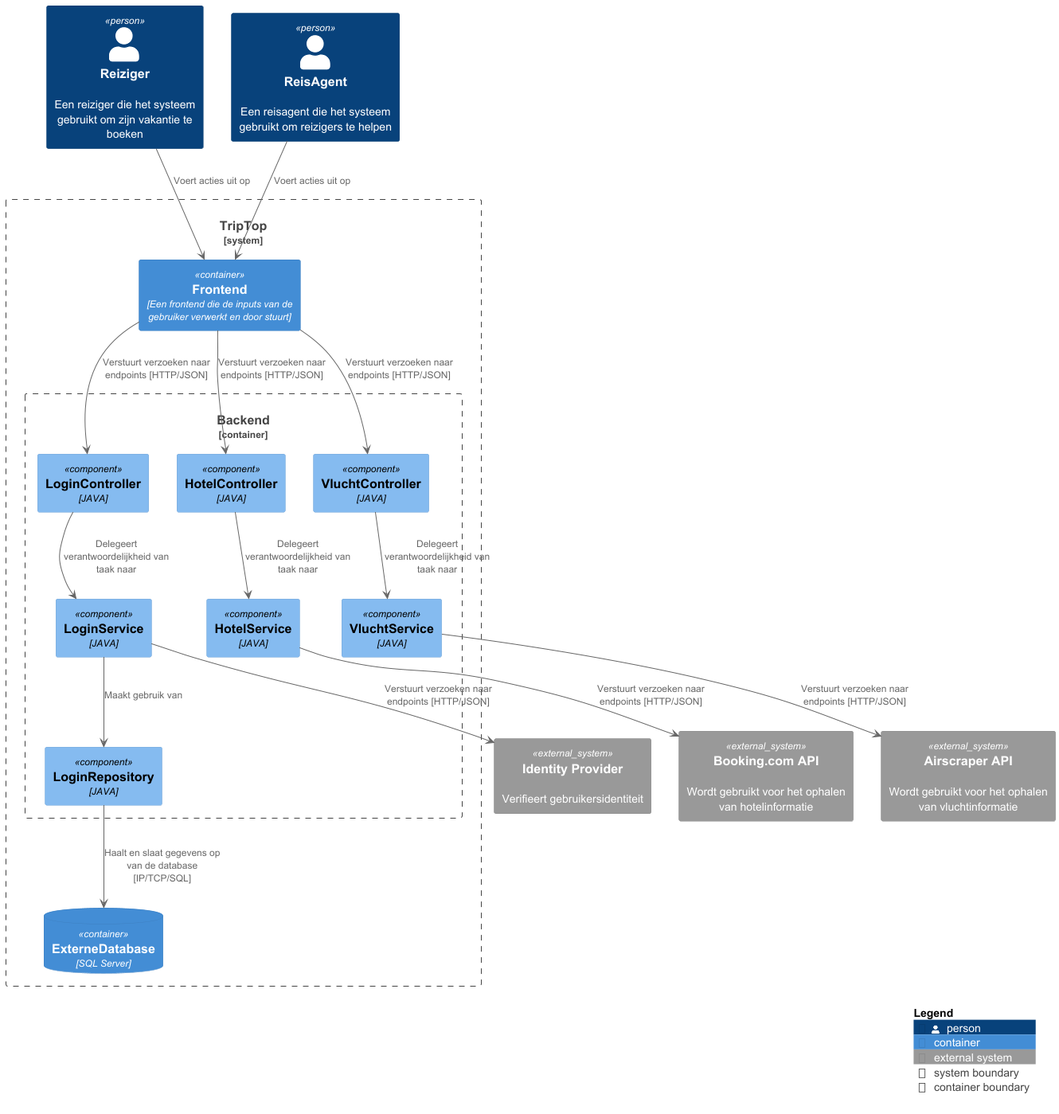
Earlier version of the PlantUML export C4_diagrammen/Component-diagram-TripTop-Backend.png (AIM-ENE-feb25/triptop-groep-b4).
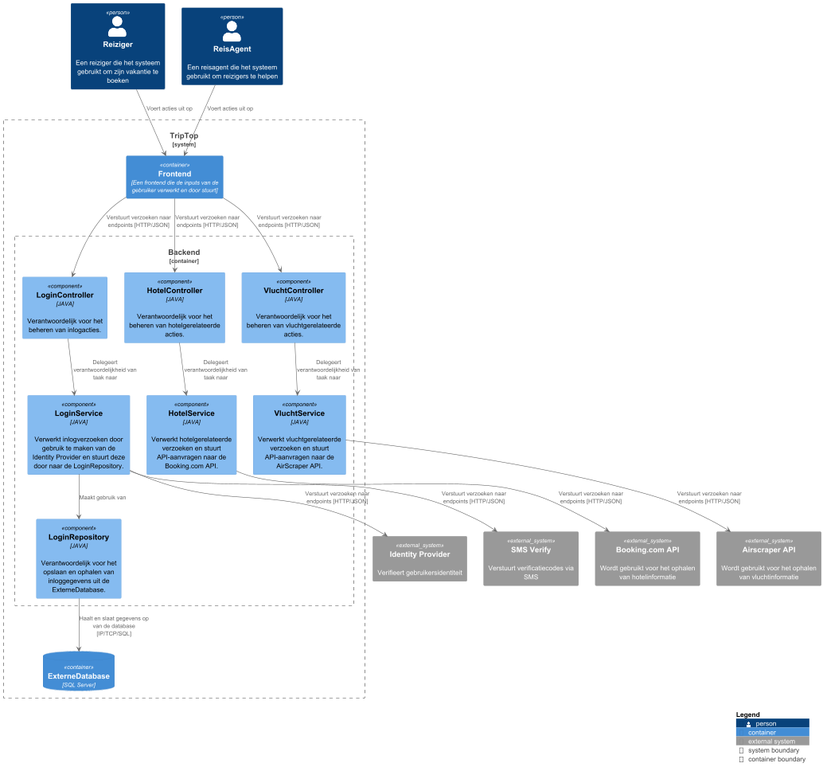
After the commit.

Commit message:
Component diagrams + SGB + class diagram

The edit, as a diff of the source:
```diff
@@ -11,21 +11,22 @@
 
 Container_Boundary(ContainerBoundary, "Backend") {
 
-Component(LoginController, "LoginController", "JAVA")
-Component(LoginService, "LoginService", "JAVA")
-Component(LoginRepository, "LoginRepository", "JAVA")
+Component(LoginController, "LoginController", "JAVA", "Verantwoordelijk voor het beheren van inlogacties.")
+Component(LoginService, "LoginService", "JAVA", "Verwerkt inlogverzoeken door gebruik te maken van de Identity Provider en stuurt deze door naar de LoginRepository.")
+Component(LoginRepository, "LoginRepository", "JAVA", "Verantwoordelijk voor het opslaan en ophalen van inloggegevens uit de ExterneDatabase.")
 
-Component(HotelController, "HotelController", "JAVA")
-Component(HotelService, "HotelService", "JAVA")
+Component(HotelController, "HotelController", "JAVA", "Verantwoordelijk voor het beheren van hotelgerelateerde acties.")
+Component(HotelService, "HotelService", "JAVA", "Verwerkt hotelgerelateerde verzoeken en stuurt API-aanvragen naar de Booking.com API.")
 
-Component(VluchtController, "VluchtController", "JAVA")
-Component(VluchtService, "VluchtService", "JAVA")
+Component(VluchtController, "VluchtController", "JAVA", "Verantwoordelijk voor het beheren van vluchtgerelateerde acties.")
+Component(VluchtService, "VluchtService", "JAVA", "Verwerkt vluchtgerelateerde verzoeken en stuurt API-aanvragen naar de AirScraper API.")
 
 }
 
 ContainerDb(Externe_Database," ExterneDatabase","SQL Server")
 }
 System_Ext(IdentityProvider, "Identity Provider", "Verifieert gebruikersidentiteit")
+System_Ext(SMSVerify, "SMS Verify", "Verstuurt verificatiecodes via SMS")
 System_Ext(Booking.com, "Booking.com API", "Wordt gebruikt voor het ophalen van hotelinformatie")
 System_Ext(Airscraper, "Airscraper API", "Wordt gebruikt voor het ophalen van vluchtinformatie")
 
@@ -46,6 +47,7 @@
 VluchtController --> VluchtService: "Delegeert verantwoordelijkheid van taak naar"
 
 LoginService --> IdentityProvider: "Verstuurt verzoeken naar endpoints [HTTP/JSON]"
+LoginService --> SMSVerify: "Verstuurt verzoeken naar endpoints [HTTP/JSON]"
 HotelService --> Booking.com: "Verstuurt verzoeken naar endpoints [HTTP/JSON]"
 VluchtService --> Airscraper: "Verstuurt verzoeken naar endpoints [HTTP/JSON]"
 
```
